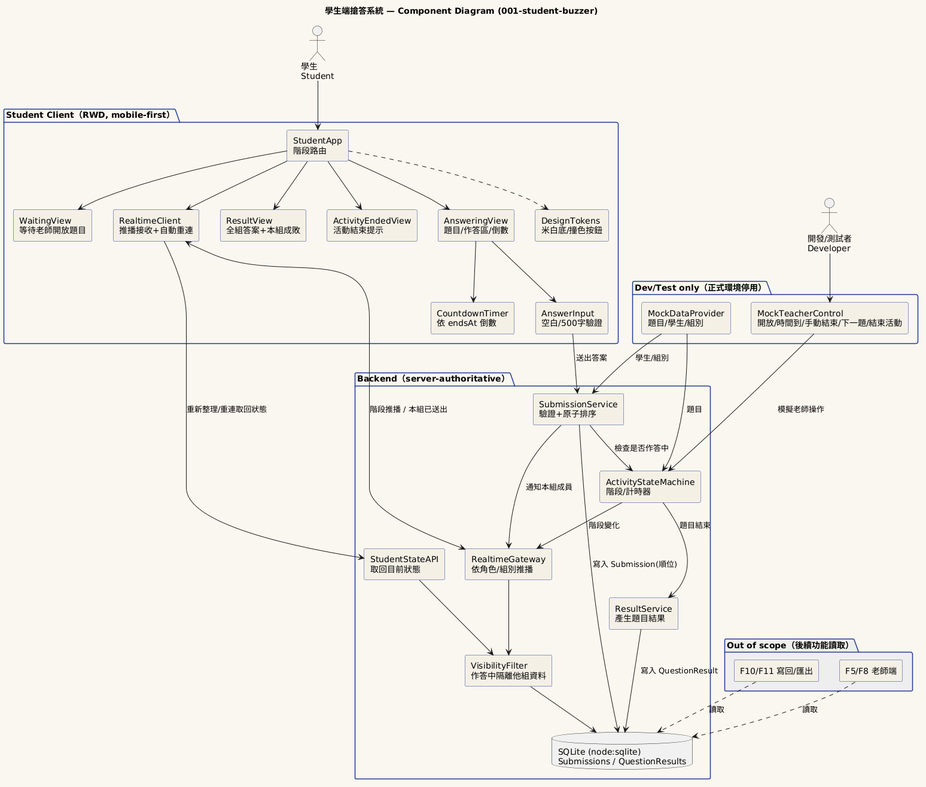
The PlantUML diagram diagrams/student-component.png in Ennn-1023/SE_project, before a commit.
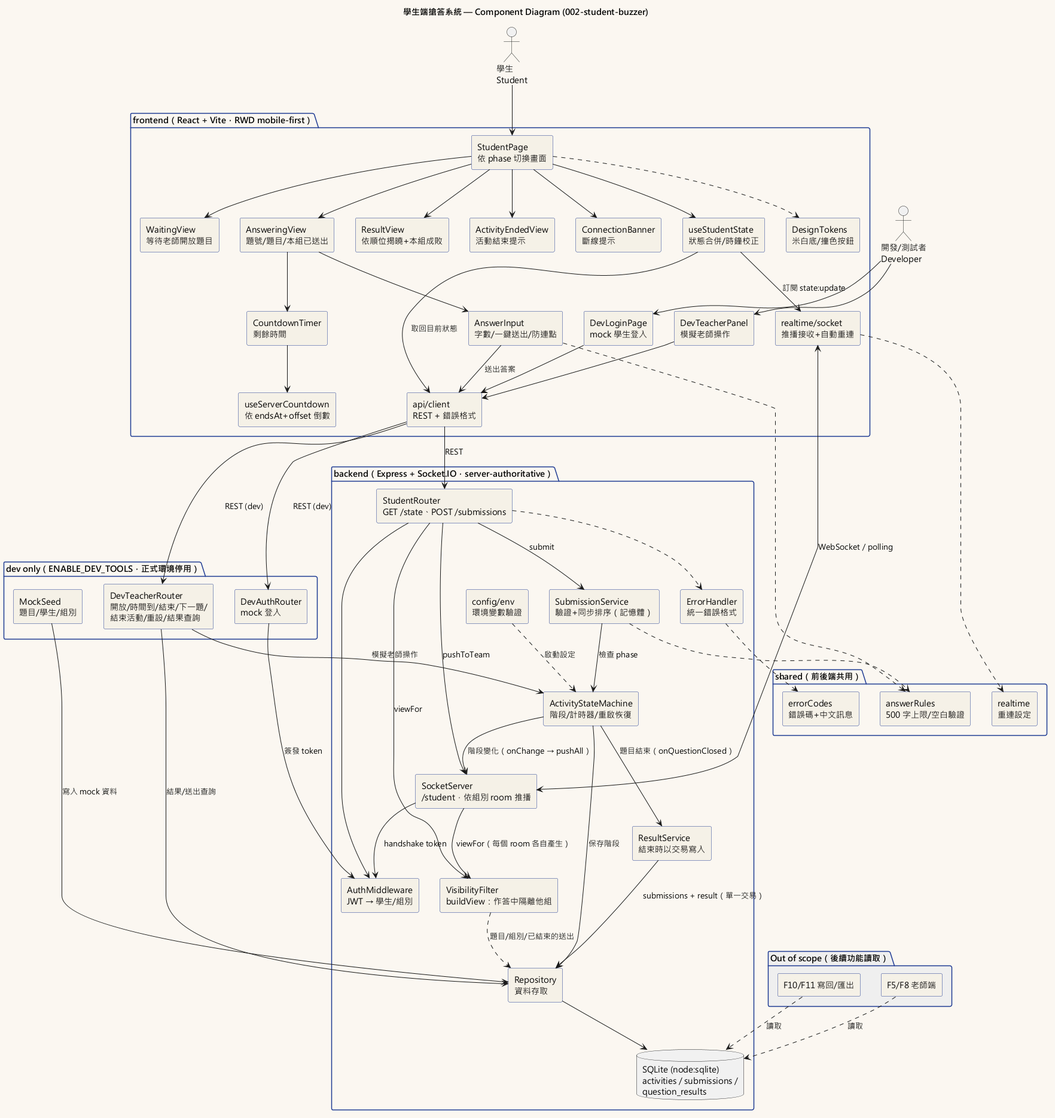
Above is the later version.

Diff of the diagram source:
```diff
@@ -1,5 +1,5 @@
-@startuml
-title 學生端搶答系統 — Component Diagram (001-student-buzzer)
+@startuml student-component
+title 學生端搶答系統 — Component Diagram (002-student-buzzer)
 skinparam defaultFontName "Microsoft JhengHei"
 skinparam backgroundColor #FAF7F0
 skinparam componentStyle rectangle
@@ -14,31 +14,48 @@
 actor "學生\nStudent" as Student
 actor "開發/測試者\nDeveloper" as Dev
 
-package "Student Client（RWD, mobile-first）" {
-  [StudentApp\n階段路由] as App
+package "frontend（React + Vite，RWD mobile-first）" {
+  [StudentPage\n依 phase 切換畫面] as Page
   [WaitingView\n等待老師開放題目] as Waiting
-  [AnsweringView\n題目/作答區/倒數] as Answering
-  [ResultView\n全組答案+本組成敗] as Result
+  [AnsweringView\n題號/題目/本組已送出] as Answering
+  [CountdownTimer\n剩餘時間] as Timer
+  [AnswerInput\n字數/一鍵送出/防連點] as Input
+  [ResultView\n依順位揭曉+本組成敗] as Result
   [ActivityEndedView\n活動結束提示] as Ended
-  [CountdownTimer\n依 endsAt 倒數] as Timer
-  [AnswerInput\n空白/500字驗證] as Input
-  [RealtimeClient\n推播接收+自動重連] as RtClient
+  [ConnectionBanner\n斷線提示] as Banner
+  [useStudentState\n狀態合併/時鐘校正] as StateHook
+  [useServerCountdown\n依 endsAt+offset 倒數] as CountHook
+  [api/client\nREST + 錯誤格式] as ApiClient
+  [realtime/socket\n推播接收+自動重連] as RtClient
   [DesignTokens\n米白底/撞色按鈕] as Tokens
+  [DevLoginPage\nmock 學生登入] as DevLogin
+  [DevTeacherPanel\n模擬老師操作] as DevPanel
 }
 
-package "Backend（server-authoritative）" {
-  [RealtimeGateway\n依角色/組別推播] as Gateway
-  [StudentStateAPI\n取回目前狀態] as StateAPI
-  [SubmissionService\n驗證+原子排序] as SubmitSvc
-  [ActivityStateMachine\n階段/計時器] as FSM
-  [VisibilityFilter\n作答中隔離他組資料] as Filter
-  [ResultService\n產生題目結果] as ResultSvc
-  database "SQLite (node:sqlite)\nSubmissions / QuestionResults" as Store
+package "shared（前後端共用）" {
+  [answerRules\n500 字上限/空白驗證] as Rules
+  [errorCodes\n錯誤碼+中文訊息] as Codes
+  [realtime\n重連設定] as RtCfg
 }
 
-package "Dev/Test only（正式環境停用）" {
-  [MockDataProvider\n題目/學生/組別] as Mock
-  [MockTeacherControl\n開放/時間到/手動結束/下一題/結束活動] as MockCtl
+package "backend（Express + Socket.IO，server-authoritative）" {
+  [config/env\n環境變數驗證] as Env
+  [StudentRouter\nGET /state、POST /submissions] as StudentApi
+  [AuthMiddleware\nJWT → 學生/組別] as Auth
+  [ErrorHandler\n統一錯誤格式] as ErrH
+  [SocketServer\n/student，依組別 room 推播] as Gateway
+  [ActivityStateMachine\n階段/計時器/重啟恢復] as FSM
+  [SubmissionService\n驗證+同步排序（記憶體）] as SubmitSvc
+  [VisibilityFilter\nbuildView：作答中隔離他組] as Filter
+  [ResultService\n結束時以交易寫入] as ResultSvc
+  [Repository\n資料存取] as Repo
+  database "SQLite (node:sqlite)\nactivities / submissions /\nquestion_results" as Store
+}
+
+package "dev only（ENABLE_DEV_TOOLS，正式環境停用）" {
+  [DevAuthRouter\nmock 登入] as DevAuth
+  [DevTeacherRouter\n開放/時間到/結束/下一題/\n結束活動/重設/結果查詢] as DevTeacher
+  [MockSeed\n題目/學生/組別] as Seed
 }
 
 package "Out of scope（後續功能讀取）" #EEEEEE {
@@ -46,34 +63,54 @@
   [F10/F11 寫回/匯出] as Export
 }
 
-Student --> App
-App --> Waiting
-App --> Answering
-App --> Result
-App --> Ended
+Student --> Page
+Page --> Waiting
+Page --> Answering
+Page --> Result
+Page --> Ended
+Page --> Banner
+Page --> StateHook
 Answering --> Timer
 Answering --> Input
-App ..> Tokens
-App --> RtClient
+Timer --> CountHook
+Page ..> Tokens
+StateHook --> ApiClient : 取回目前狀態
+StateHook --> RtClient : 訂閱 state:update
+Input --> ApiClient : 送出答案
+Input ..> Rules
+RtClient ..> RtCfg
+Dev --> DevLogin
+Dev --> DevPanel
+DevLogin --> ApiClient
+DevPanel --> ApiClient
 
-RtClient <--> Gateway : 階段推播 / 本組已送出
-RtClient --> StateAPI : 重新整理/重連取回狀態
-Input --> SubmitSvc : 送出答案
+ApiClient --> StudentApi : REST
+ApiClient --> DevAuth : REST (dev)
+ApiClient --> DevTeacher : REST (dev)
+RtClient <--> Gateway : WebSocket／polling
 
-SubmitSvc --> FSM : 檢查是否作答中
-SubmitSvc --> Store : 寫入 Submission(順位)
-SubmitSvc --> Gateway : 通知本組成員
-FSM --> ResultSvc : 題目結束
-ResultSvc --> Store : 寫入 QuestionResult
-FSM --> Gateway : 階段變化
-Gateway --> Filter
-StateAPI --> Filter
-Filter --> Store
+StudentApi --> Auth
+Gateway --> Auth : handshake token
+StudentApi --> SubmitSvc : submit
+StudentApi --> Gateway : pushToTeam
+StudentApi --> Filter : viewFor
+Gateway --> Filter : viewFor（每個 room 各自產生）
+SubmitSvc --> FSM : 檢查 phase
+SubmitSvc ..> Rules
+FSM --> ResultSvc : 題目結束（onQuestionClosed）
+FSM --> Gateway : 階段變化（onChange → pushAll）
+FSM --> Repo : 保存階段
+ResultSvc --> Repo : submissions + result（單一交易）
+Filter ..> Repo : 題目/組別/已結束的送出
+Repo --> Store
+StudentApi ..> ErrH
+ErrH ..> Codes
+Env ..> FSM : 啟動設定
 
-Dev --> MockCtl
-MockCtl --> FSM : 模擬老師操作
-Mock --> FSM : 題目
-Mock --> SubmitSvc : 學生/組別
+DevAuth --> Auth : 簽發 token
+DevTeacher --> FSM : 模擬老師操作
+DevTeacher --> Repo : 結果/送出查詢
+Seed --> Repo : 寫入 mock 資料
 
 Teacher ..> Store : 讀取
 Export ..> Store : 讀取
```
